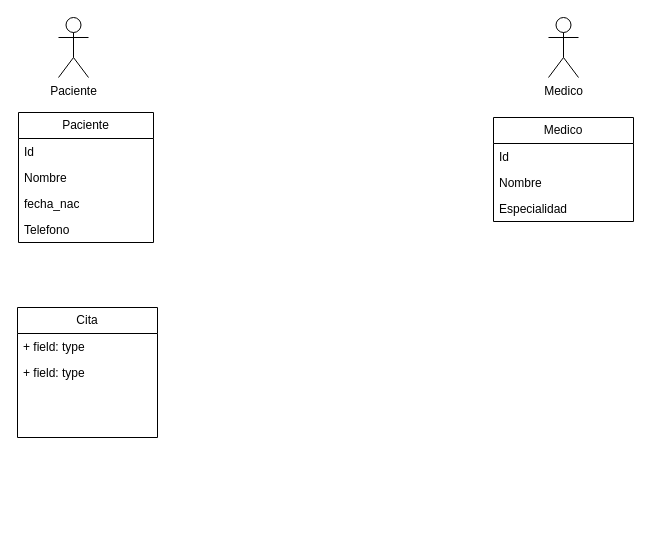
Above: DiagramaAgendamedica.drawio in gaobnose/AgendaMedica (draw.io), before the change. Source tidied: cells renumbered, new cells numbered last; positions are measured from the earlier drawing's top-left corner, leaving out a move shared by most shapes. Both pictures are drawn from the tidied source at 100%, with x=0, y=0 at pixel (17, 17).
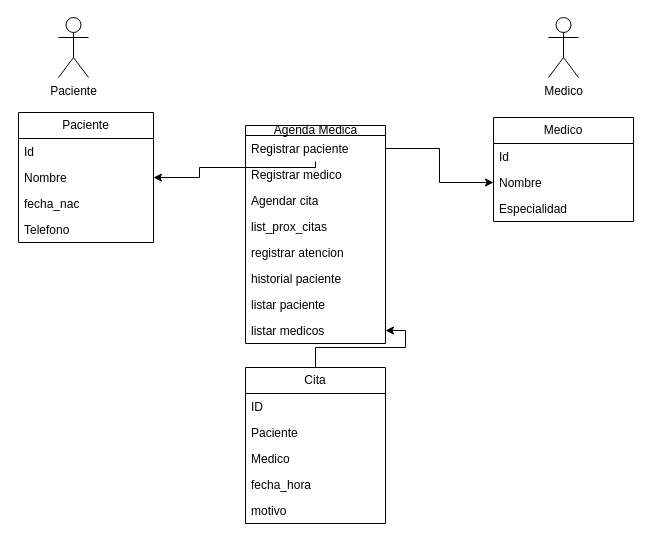
The same page after the edit.

The change refers to these unchanged cells:
```xml
<mxCell id="6" value="Nombre" style="text;strokeColor=none;fillColor=none;align=left;verticalAlign=top;spacingLeft=4;spacingRight=4;overflow=hidden;points=[[0,0.5],[1,0.5]];portConstraint=eastwest;whiteSpace=wrap;html=1;" parent="4" vertex="1">
  <mxGeometry y="52" width="135" height="26" as="geometry" />
</mxCell>
<mxCell id="11" value="Nombre" style="text;strokeColor=none;fillColor=none;align=left;verticalAlign=top;spacingLeft=4;spacingRight=4;overflow=hidden;points=[[0,0.5],[1,0.5]];portConstraint=eastwest;whiteSpace=wrap;html=1;" parent="9" vertex="1">
  <mxGeometry y="52" width="140" height="26" as="geometry" />
</mxCell>
```

Change to the diagram source:
```diff
@@
+    <mxCell id="18" style="edgeStyle=orthogonalEdgeStyle;rounded=0;jettySize=auto;html=1;" parent="1" edge="1" source="13" target="28">
+      <mxGeometry relative="1" as="geometry" />
+    </mxCell>
     <mxCell id="13" value="Cita" style="swimlane;fontStyle=0;horizontal=1;startSize=26;fillColor=none;whiteSpace=wrap;html=1;" parent="1" vertex="1">
-      <mxGeometry y="290" width="140" height="130" as="geometry" />
+      <mxGeometry x="228" y="350" width="140" height="156" as="geometry" />
     </mxCell>
-    <mxCell id="14" value="+ field: type" style="text;strokeColor=none;fillColor=none;align=left;verticalAlign=top;spacingLeft=4;spacingRight=4;overflow=hidden;whiteSpace=wrap;html=1;" parent="13" vertex="1">
+    <mxCell id="14" value="ID" style="text;strokeColor=none;fillColor=none;align=left;verticalAlign=top;spacingLeft=4;spacingRight=4;overflow=hidden;whiteSpace=wrap;html=1;" parent="13" vertex="1">
       <mxGeometry y="26" width="140" height="26" as="geometry" />
     </mxCell>
-    <mxCell id="15" value="+ field: type" style="text;strokeColor=none;fillColor=none;align=left;verticalAlign=top;spacingLeft=4;spacingRight=4;overflow=hidden;whiteSpace=wrap;html=1;" parent="13" vertex="1">
+    <mxCell id="15" value="Paciente" style="text;strokeColor=none;fillColor=none;align=left;verticalAlign=top;spacingLeft=4;spacingRight=4;overflow=hidden;whiteSpace=wrap;html=1;" parent="13" vertex="1">
       <mxGeometry y="52" width="140" height="26" as="geometry" />
     </mxCell>
-    <mxCell id="16" style="text;strokeColor=none;fillColor=none;align=left;verticalAlign=top;spacingLeft=4;spacingRight=4;overflow=hidden;whiteSpace=wrap;html=1;" parent="13" vertex="1">
+    <mxCell id="16" value="Medico" style="text;strokeColor=none;fillColor=none;align=left;verticalAlign=top;spacingLeft=4;spacingRight=4;overflow=hidden;whiteSpace=wrap;html=1;" parent="13" vertex="1">
       <mxGeometry y="78" width="140" height="26" as="geometry" />
     </mxCell>
-    <mxCell id="17" style="text;strokeColor=none;fillColor=none;align=left;verticalAlign=top;spacingLeft=4;spacingRight=4;overflow=hidden;whiteSpace=wrap;html=1;" parent="13" vertex="1">
+    <mxCell id="17" value="fecha_hora" style="text;strokeColor=none;fillColor=none;align=left;verticalAlign=top;spacingLeft=4;spacingRight=4;overflow=hidden;whiteSpace=wrap;html=1;" parent="13" vertex="1">
       <mxGeometry y="104" width="140" height="26" as="geometry" />
     </mxCell>
+    <mxCell id="19" value="motivo" style="text;strokeColor=none;fillColor=none;align=left;verticalAlign=top;spacingLeft=4;spacingRight=4;overflow=hidden;whiteSpace=wrap;html=1;" parent="13" vertex="1">
+      <mxGeometry y="130" width="140" height="26" as="geometry" />
+    </mxCell>
+    <mxCell id="20" value="Agenda Medica" style="swimlane;fontStyle=0;horizontal=1;startSize=10;fillColor=none;html=1;" parent="1" vertex="1">
+      <mxGeometry x="228" y="108" width="140" height="218" as="geometry" />
+    </mxCell>
+    <mxCell id="21" value="Registrar paciente" style="text;strokeColor=none;fillColor=none;align=left;verticalAlign=top;spacingLeft=4;spacingRight=4;overflow=hidden;points=[[0,0.5],[1,0.5]];portConstraint=eastwest;whiteSpace=wrap;html=1;" parent="20" vertex="1">
+      <mxGeometry y="10" width="140" height="26" as="geometry" />
+    </mxCell>
+    <mxCell id="22" value="Registrar medico" style="text;strokeColor=none;fillColor=none;align=left;verticalAlign=top;spacingLeft=4;spacingRight=4;overflow=hidden;whiteSpace=wrap;html=1;" parent="20" vertex="1">
+      <mxGeometry y="36" width="140" height="26" as="geometry" />
+    </mxCell>
+    <mxCell id="23" value="Agendar cita" style="text;strokeColor=none;fillColor=none;align=left;verticalAlign=top;spacingLeft=4;spacingRight=4;overflow=hidden;whiteSpace=wrap;html=1;" parent="20" vertex="1">
+      <mxGeometry y="62" width="140" height="26" as="geometry" />
+    </mxCell>
+    <mxCell id="24" value="list_prox_citas" style="text;strokeColor=none;fillColor=none;align=left;verticalAlign=top;spacingLeft=4;spacingRight=4;overflow=hidden;whiteSpace=wrap;html=1;" parent="20" vertex="1">
+      <mxGeometry y="88" width="140" height="26" as="geometry" />
+    </mxCell>
+    <mxCell id="25" value="registrar atencion" style="text;strokeColor=none;fillColor=none;align=left;verticalAlign=top;spacingLeft=4;spacingRight=4;overflow=hidden;whiteSpace=wrap;html=1;" parent="20" vertex="1">
+      <mxGeometry y="114" width="140" height="26" as="geometry" />
+    </mxCell>
+    <mxCell id="26" value="historial paciente" style="text;strokeColor=none;fillColor=none;align=left;verticalAlign=top;spacingLeft=4;spacingRight=4;overflow=hidden;whiteSpace=wrap;html=1;" parent="20" vertex="1">
+      <mxGeometry y="140" width="140" height="26" as="geometry" />
+    </mxCell>
+    <mxCell id="27" value="listar paciente" style="text;strokeColor=none;fillColor=none;align=left;verticalAlign=top;spacingLeft=4;spacingRight=4;overflow=hidden;whiteSpace=wrap;html=1;" parent="20" vertex="1">
+      <mxGeometry y="166" width="140" height="26" as="geometry" />
+    </mxCell>
+    <mxCell id="28" value="listar medicos" style="text;strokeColor=none;fillColor=none;align=left;verticalAlign=top;spacingLeft=4;spacingRight=4;overflow=hidden;points=[[0,0.5],[1,0.5]];portConstraint=eastwest;whiteSpace=wrap;html=1;" parent="20" vertex="1">
+      <mxGeometry y="192" width="140" height="26" as="geometry" />
+    </mxCell>
+    <mxCell id="29" style="edgeStyle=orthogonalEdgeStyle;rounded=0;jettySize=auto;html=1;" parent="1" edge="1" source="21" target="6">
+      <mxGeometry relative="1" as="geometry">
+        <Array as="points">
+          <mxPoint x="298" y="150" />
+          <mxPoint x="182" y="150" />
+          <mxPoint x="182" y="160" />
+        </Array>
+      </mxGeometry>
+    </mxCell>
+    <mxCell id="30" style="edgeStyle=orthogonalEdgeStyle;rounded=0;jettySize=auto;html=1;" parent="1" edge="1" source="21" target="11">
+      <mxGeometry relative="1" as="geometry" />
+    </mxCell>
```
